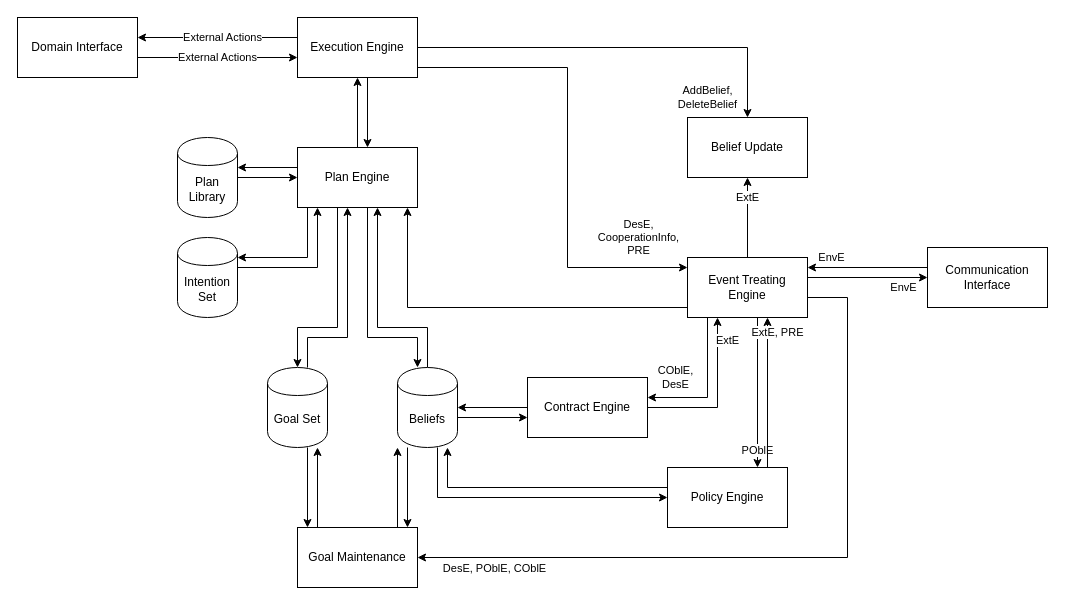
Before: Figures/PDC-agent/Structure_2.drawio in Entze/APIA, a draw.io diagram. Source tidied: cells renumbered, new cells numbered last; positions are measured from the earlier drawing's top-left corner, leaving out a move shared by most shapes. Both pictures are drawn from the tidied source at 100%, with x=0, y=0 at pixel (17, 17).
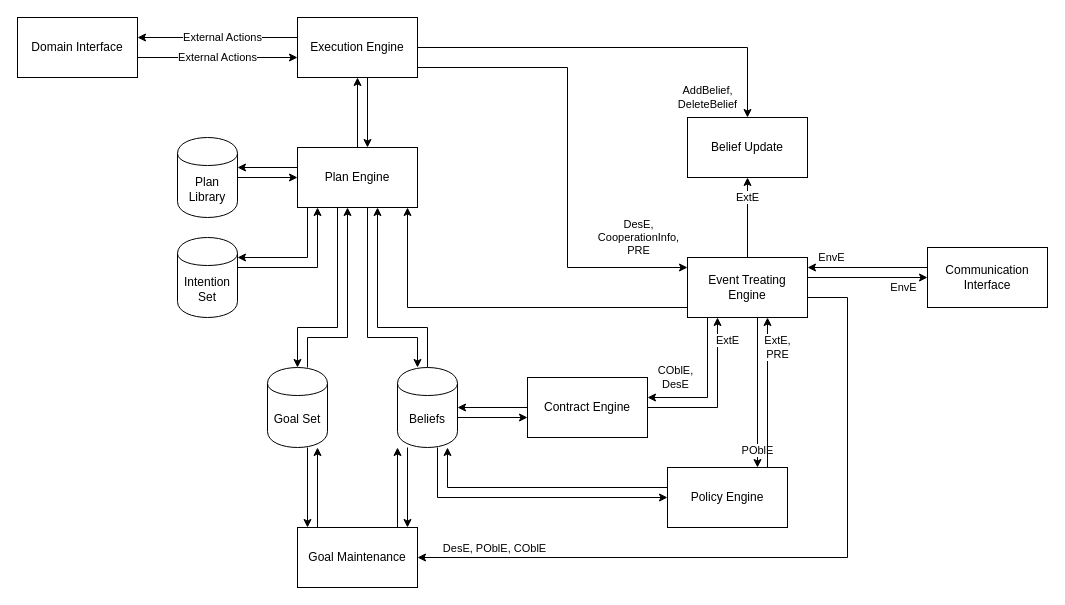
The same page after the edit.

Unchanged cells that the change refers to:
```xml
<mxCell id="4" style="edgeStyle=orthogonalEdgeStyle;rounded=0;comic=0;jumpStyle=gap;jumpSize=12;jettySize=auto;html=1;startArrow=none;startFill=0;" parent="1" edge="1" source="8" target="17">
  <mxGeometry relative="1" as="geometry">
    <Array as="points">
      <mxPoint x="830" y="280" />
      <mxPoint x="830" y="540" />
    </Array>
  </mxGeometry>
</mxCell>
<mxCell id="8" value="Event Treating Engine" style="rounded=0;whiteSpace=wrap;html=1;" parent="1" vertex="1">
  <mxGeometry x="670" y="240" width="120" height="60" as="geometry" />
</mxCell>
<mxCell id="11" value="Policy Engine" style="rounded=0;whiteSpace=wrap;html=1;" parent="1" vertex="1">
  <mxGeometry x="650" y="450" width="120" height="60" as="geometry" />
</mxCell>
```

What changed in the source:
```diff
@@
     <mxCell id="5" value="DesE, POblE, COblE" style="edgeLabel;html=1;align=center;verticalAlign=middle;" parent="4" vertex="1">
       <mxGeometry x="0.88" relative="1" as="geometry">
-        <mxPoint x="32" y="10" as="offset" />
+        <mxPoint x="32" y="-10" as="offset" />
       </mxGeometry>
     </mxCell>
@@
-    <mxCell id="10" value="ExtE, PRE" style="edgeStyle=orthogonalEdgeStyle;rounded=0;comic=0;jumpStyle=gap;jumpSize=12;jettySize=auto;html=1;startArrow=none;startFill=0;strokeColor=#000000;" parent="1" edge="1" source="11" target="8">
-      <mxGeometry x="0.8" y="-10" relative="1" as="geometry">
+    <mxCell id="10" value="&lt;div&gt;ExtE,&lt;/div&gt;&lt;div&gt;PRE&lt;/div&gt;" style="edgeStyle=orthogonalEdgeStyle;rounded=0;comic=0;jumpStyle=gap;jumpSize=12;jettySize=auto;html=1;startArrow=none;startFill=0;strokeColor=#000000;" parent="1" edge="1" source="11" target="8">
+      <mxGeometry x="0.6" y="-10" relative="1" as="geometry">
         <Array as="points">
           <mxPoint x="750" y="420" />
           <mxPoint x="750" y="420" />
         </Array>
       </mxGeometry>
     </mxCell>
```
